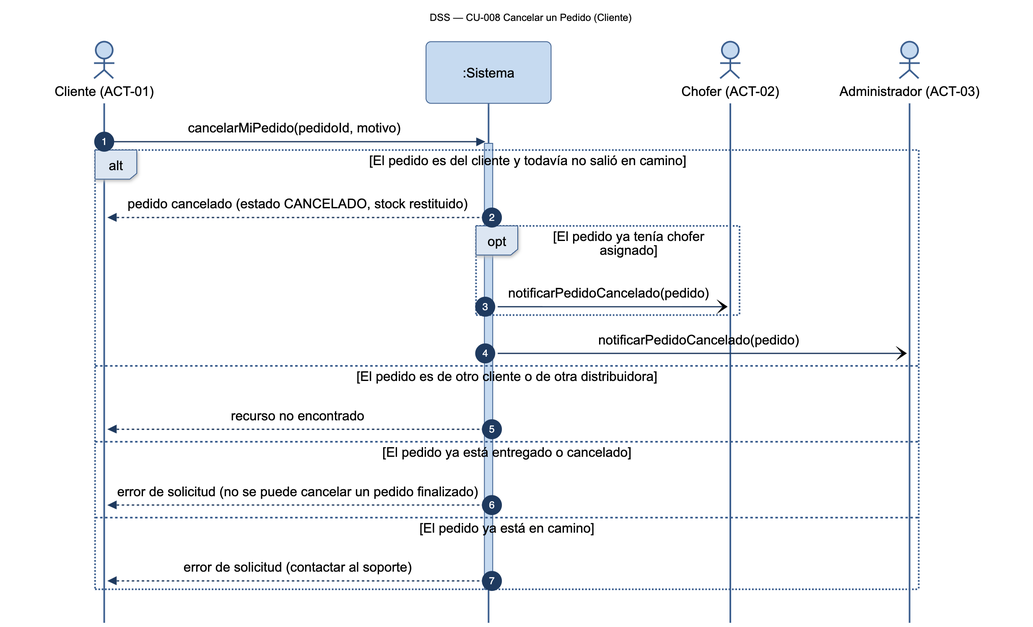
Before: diagramas/png/DSS_CU-008_Cancelar-un-Pedido.png, a diagram exported from Mermaid (Nahuelito-Dev/splg-docs). Its source is kept beside it as diagramas/DSS_CU-008_Cancelar-un-Pedido.mmd.
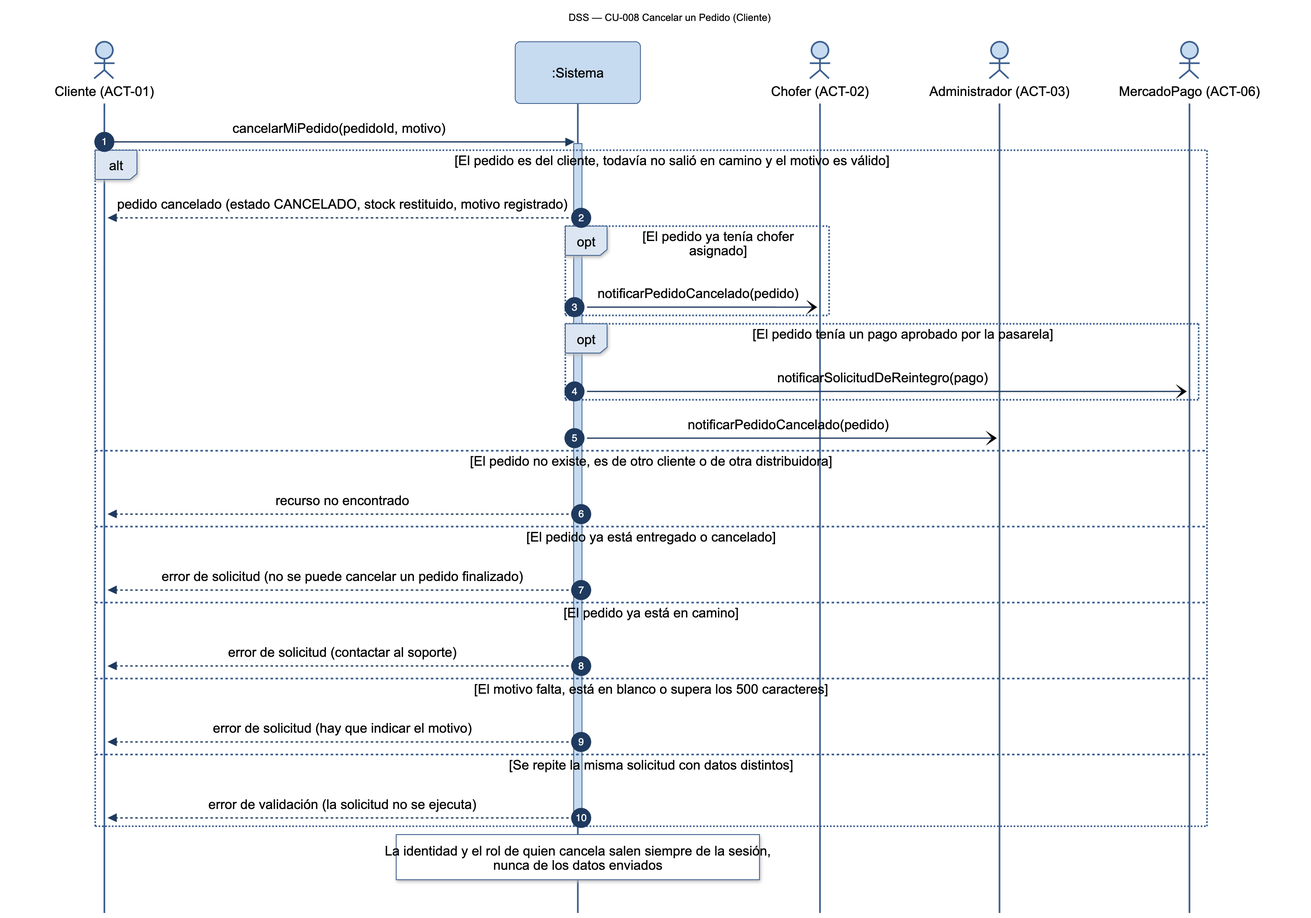
Later version of the same file.

Diff of the diagram source:
```diff
@@ -5,20 +5,29 @@
     participant SIS as :Sistema
     actor CHO as Chofer (ACT-02)
     actor ADM as Administrador (ACT-03)
+    actor MPA as MercadoPago (ACT-06)
 
     CLI->>SIS: cancelarMiPedido(pedidoId, motivo)
     activate SIS
-    alt El pedido es del cliente y todavía no salió en camino
-        SIS-->>CLI: pedido cancelado (estado CANCELADO, stock restituido)
+    alt El pedido es del cliente, todavía no salió en camino y el motivo es válido
+        SIS-->>CLI: pedido cancelado (estado CANCELADO, stock restituido, motivo registrado)
         opt El pedido ya tenía chofer asignado
             SIS-)CHO: notificarPedidoCancelado(pedido)
         end
+        opt El pedido tenía un pago aprobado por la pasarela
+            SIS-)MPA: notificarSolicitudDeReintegro(pago)
+        end
         SIS-)ADM: notificarPedidoCancelado(pedido)
-    else El pedido es de otro cliente o de otra distribuidora
+    else El pedido no existe, es de otro cliente o de otra distribuidora
         SIS-->>CLI: recurso no encontrado
     else El pedido ya está entregado o cancelado
         SIS-->>CLI: error de solicitud (no se puede cancelar un pedido finalizado)
     else El pedido ya está en camino
         SIS-->>CLI: error de solicitud (contactar al soporte)
+    else El motivo falta, está en blanco o supera los 500 caracteres
+        SIS-->>CLI: error de solicitud (hay que indicar el motivo)
+    else Se repite la misma solicitud con datos distintos
+        SIS-->>CLI: error de validación (la solicitud no se ejecuta)
     end
     deactivate SIS
+    Note over SIS: La identidad y el rol de quien cancela salen siempre de la sesión,<br/>nunca de los datos enviados
```
